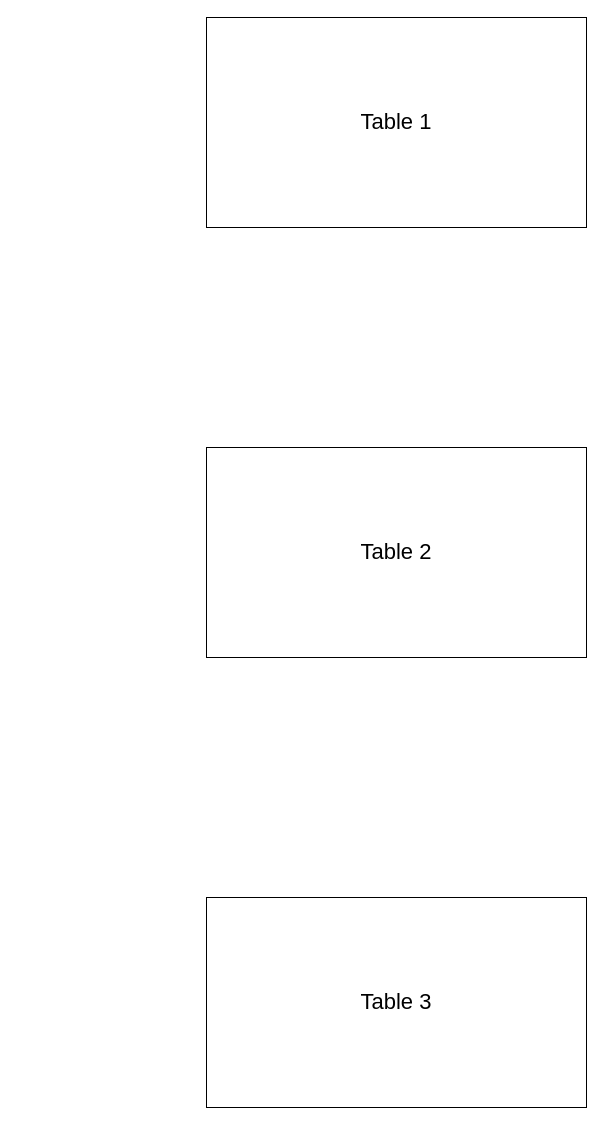
Above: planning/diagram.drawio in scmh001/p3-cli-project (draw.io), before the change. Source tidied: cells renumbered, new cells numbered last; positions are measured from the earlier drawing's top-left corner, leaving out a move shared by most shapes. Both pictures are drawn from the tidied source at 100%, with x=0, y=0 at pixel (206, 17).
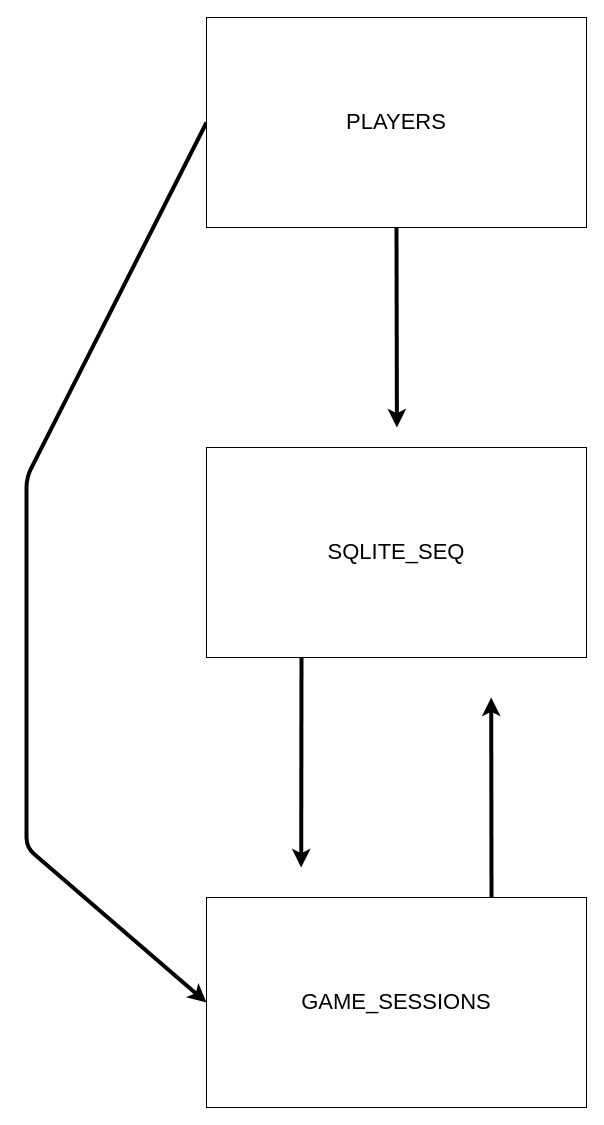
Above is the later version.

What changed in the source:
```diff
@@
 <mxGraphModel>
   <root>
     <mxCell id="0" />
     <mxCell id="1" parent="0" />
+    <mxCell id="5" style="edgeStyle=none;html=1;exitX=0.5;exitY=1;exitDx=0;exitDy=0;fontSize=22;strokeWidth=4;" parent="1" edge="1" source="2">
+      <mxGeometry relative="1" as="geometry">
+        <mxPoint x="190.4" y="410" as="targetPoint" />
+      </mxGeometry>
+    </mxCell>
+    <mxCell id="6" style="edgeStyle=none;html=1;exitX=0;exitY=0.5;exitDx=0;exitDy=0;fontSize=22;entryX=0;entryY=0.5;entryDx=0;entryDy=0;strokeWidth=4;" parent="1" edge="1" source="2" target="3">
+      <mxGeometry relative="1" as="geometry">
+        <Array as="points">
+          <mxPoint x="-180" y="460" />
+          <mxPoint x="-180" y="830" />
+        </Array>
+      </mxGeometry>
+    </mxCell>
-    <mxCell id="2" value="&lt;font style=&quot;font-size: 22px;&quot;&gt;Table 1&lt;/font&gt;" style="whiteSpace=wrap;html=1;" parent="1" vertex="1">
+    <mxCell id="2" value="&lt;font style=&quot;font-size: 22px;&quot;&gt;PLAYERS&lt;/font&gt;" style="whiteSpace=wrap;html=1;" parent="1" vertex="1">
       <mxGeometry width="380" height="210" as="geometry" />
     </mxCell>
+    <mxCell id="7" style="edgeStyle=none;html=1;exitX=0.75;exitY=0;exitDx=0;exitDy=0;fontSize=22;strokeWidth=4;" parent="1" edge="1" source="3">
+      <mxGeometry relative="1" as="geometry">
+        <mxPoint x="284.7" y="680" as="targetPoint" />
+      </mxGeometry>
+    </mxCell>
-    <mxCell id="3" value="&lt;span style=&quot;font-size: 22px;&quot;&gt;Table 3&lt;/span&gt;" style="whiteSpace=wrap;html=1;" parent="1" vertex="1">
+    <mxCell id="3" value="&lt;span style=&quot;font-size: 22px;&quot;&gt;GAME_SESSIONS&lt;/span&gt;" style="whiteSpace=wrap;html=1;" parent="1" vertex="1">
       <mxGeometry y="880" width="380" height="210" as="geometry" />
     </mxCell>
+    <mxCell id="8" style="edgeStyle=none;html=1;exitX=0.25;exitY=1;exitDx=0;exitDy=0;fontSize=22;strokeWidth=4;" parent="1" edge="1" source="4">
+      <mxGeometry relative="1" as="geometry">
+        <mxPoint x="94.7" y="850" as="targetPoint" />
+      </mxGeometry>
+    </mxCell>
-    <mxCell id="4" value="&lt;span style=&quot;font-size: 22px;&quot;&gt;Table 2&lt;/span&gt;" style="whiteSpace=wrap;html=1;" parent="1" vertex="1">
+    <mxCell id="4" value="&lt;span style=&quot;font-size: 22px;&quot;&gt;SQLITE_SEQ&lt;/span&gt;" style="whiteSpace=wrap;html=1;" parent="1" vertex="1">
       <mxGeometry y="430" width="380" height="210" as="geometry" />
     </mxCell>
   </root>
 </mxGraphModel>
```
